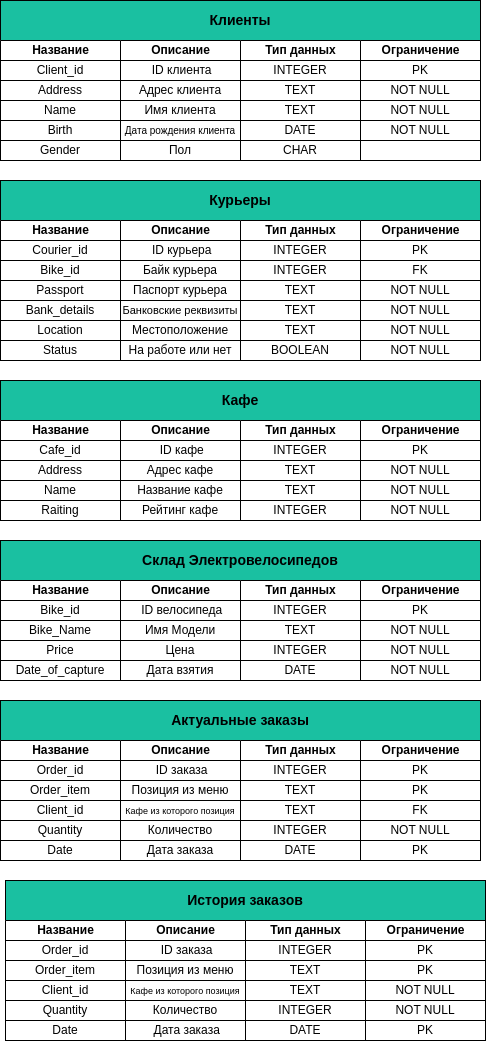
fl4cko11/Data_Bases_MIPT keeps this draw.io diagram as Delivery_DB_Project/Physic_Model/Physic_Model.png. Above is the earlier version. Source tidied: cells renumbered, new cells last; positions are measured from the earlier drawing's top-left corner, leaving out a move shared by most shapes.
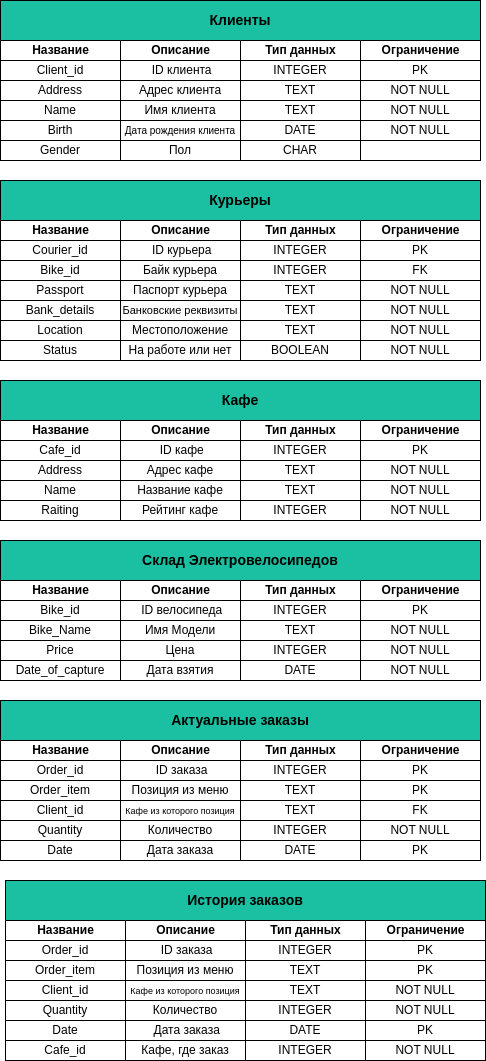
After the change.

Diff of the diagram source:
```diff
@@ -440,5 +440,17 @@
     <mxCell id="147" value="PK" style="html=1;whiteSpace=wrap;" parent="1" vertex="1">
       <mxGeometry x="365" y="1020" width="120" height="20" as="geometry" />
     </mxCell>
+    <mxCell id="148" value="Cafe_id" style="html=1;whiteSpace=wrap;" parent="1" vertex="1">
+      <mxGeometry x="5" y="1040" width="120" height="20" as="geometry" />
+    </mxCell>
+    <mxCell id="149" value="Кафе, где заказ" style="html=1;whiteSpace=wrap;" parent="1" vertex="1">
+      <mxGeometry x="125" y="1040" width="120" height="20" as="geometry" />
+    </mxCell>
+    <mxCell id="150" value="INTEGER" style="html=1;whiteSpace=wrap;" parent="1" vertex="1">
+      <mxGeometry x="245" y="1040" width="120" height="20" as="geometry" />
+    </mxCell>
+    <mxCell id="151" value="NOT NULL" style="html=1;whiteSpace=wrap;" parent="1" vertex="1">
+      <mxGeometry x="365" y="1040" width="120" height="20" as="geometry" />
+    </mxCell>
   </root>
 </mxGraphModel>
```
